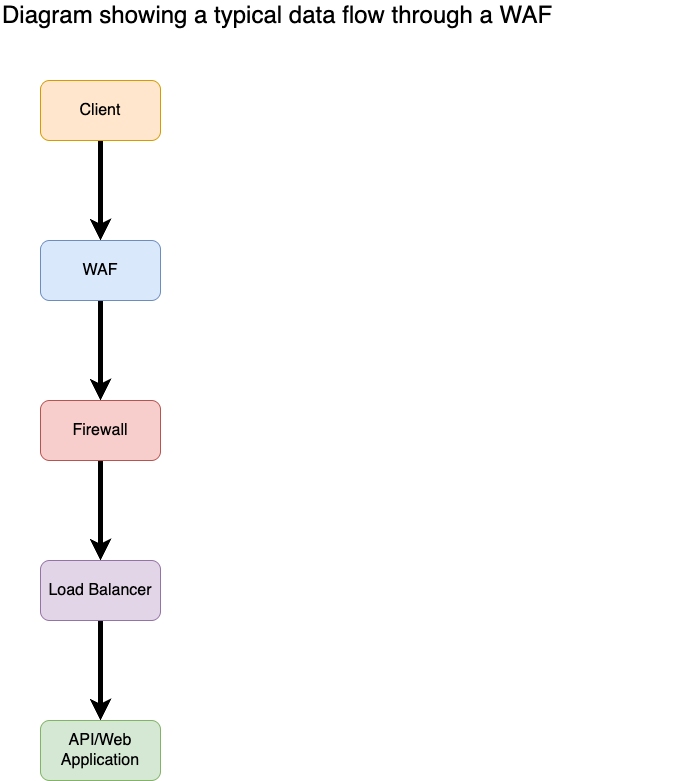
This is diagrams/00-troubleshooting-flow.png from blainekwilson/waf-troubleshooting-playbook, a draw.io export, as it was before one commit. Source tidied: cells renumbered, new cells last; positions are measured from the earlier drawing's top-left corner, leaving out a move shared by most shapes. Its diagram source:
```xml
<mxGraphModel background="#ffffff">
  <root>
    <mxCell id="0" />
    <mxCell id="1" parent="0" />
    <mxCell id="2" style="edgeStyle=none;html=1;fontSize=16;strokeWidth=5;" parent="1" edge="1" source="3" target="5">
      <mxGeometry relative="1" as="geometry" />
    </mxCell>
    <mxCell id="3" value="Client" style="rounded=1;whiteSpace=wrap;html=1;fillColor=#ffe6cc;strokeColor=#d79b00;fontSize=16;" parent="1" vertex="1">
      <mxGeometry x="40" y="80" width="120" height="60" as="geometry" />
    </mxCell>
    <mxCell id="4" style="edgeStyle=none;html=1;fontSize=16;strokeWidth=5;" parent="1" edge="1" source="5" target="7">
      <mxGeometry relative="1" as="geometry" />
    </mxCell>
    <mxCell id="5" value="WAF" style="rounded=1;whiteSpace=wrap;html=1;fillColor=#dae8fc;strokeColor=#6c8ebf;fontSize=16;" parent="1" vertex="1">
      <mxGeometry x="40" y="240" width="120" height="60" as="geometry" />
    </mxCell>
    <mxCell id="6" style="edgeStyle=none;html=1;fontSize=16;strokeWidth=5;" parent="1" edge="1" source="7" target="9">
      <mxGeometry relative="1" as="geometry" />
    </mxCell>
    <mxCell id="7" value="Firewall" style="rounded=1;whiteSpace=wrap;html=1;fillColor=#f8cecc;strokeColor=#b85450;fontSize=16;" parent="1" vertex="1">
      <mxGeometry x="40" y="400" width="120" height="60" as="geometry" />
    </mxCell>
    <mxCell id="8" style="edgeStyle=none;html=1;fontSize=16;strokeWidth=5;" parent="1" edge="1" source="9" target="10">
      <mxGeometry relative="1" as="geometry" />
    </mxCell>
    <mxCell id="9" value="Load Balancer" style="rounded=1;whiteSpace=wrap;html=1;fillColor=#e1d5e7;strokeColor=#9673a6;fontSize=16;" parent="1" vertex="1">
      <mxGeometry x="40" y="560" width="120" height="60" as="geometry" />
    </mxCell>
    <mxCell id="10" value="API/Web Application" style="rounded=1;whiteSpace=wrap;html=1;fillColor=#d5e8d4;strokeColor=#82b366;fontSize=16;" parent="1" vertex="1">
      <mxGeometry x="40" y="720" width="120" height="60" as="geometry" />
    </mxCell>
    <mxCell id="11" value="Diagram showing a typical data flow through a WAF" style="text;html=1;align=left;verticalAlign=middle;whiteSpace=wrap;rounded=0;fontSize=24;" parent="1" vertex="1">
      <mxGeometry width="680" height="30" as="geometry" />
    </mxCell>
  </root>
</mxGraphModel>
```
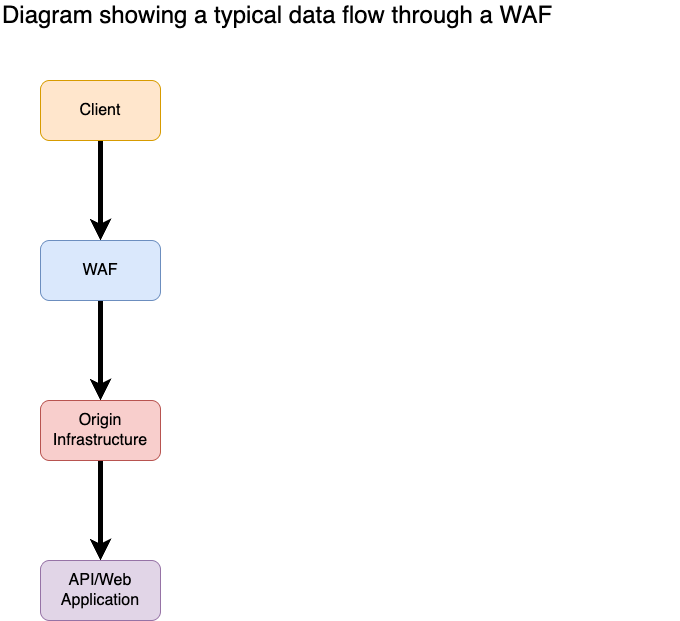
The same diagram one commit later.

Change to the diagram source:
```diff
@@ -17,18 +17,12 @@
     <mxCell id="6" style="edgeStyle=none;html=1;fontSize=16;strokeWidth=5;" parent="1" edge="1" source="7" target="9">
       <mxGeometry relative="1" as="geometry" />
     </mxCell>
-    <mxCell id="7" value="Firewall" style="rounded=1;whiteSpace=wrap;html=1;fillColor=#f8cecc;strokeColor=#b85450;fontSize=16;" parent="1" vertex="1">
+    <mxCell id="7" value="Origin Infrastructure" style="rounded=1;whiteSpace=wrap;html=1;fillColor=#f8cecc;strokeColor=#b85450;fontSize=16;" parent="1" vertex="1">
       <mxGeometry x="40" y="400" width="120" height="60" as="geometry" />
     </mxCell>
-    <mxCell id="8" style="edgeStyle=none;html=1;fontSize=16;strokeWidth=5;" parent="1" edge="1" source="9" target="10">
-      <mxGeometry relative="1" as="geometry" />
-    </mxCell>
-    <mxCell id="9" value="Load Balancer" style="rounded=1;whiteSpace=wrap;html=1;fillColor=#e1d5e7;strokeColor=#9673a6;fontSize=16;" parent="1" vertex="1">
+    <mxCell id="9" value="&lt;span style=&quot;color: rgb(0, 0, 0);&quot;&gt;API/Web Application&lt;/span&gt;" style="rounded=1;whiteSpace=wrap;html=1;fillColor=#e1d5e7;strokeColor=#9673a6;fontSize=16;" parent="1" vertex="1">
       <mxGeometry x="40" y="560" width="120" height="60" as="geometry" />
     </mxCell>
-    <mxCell id="10" value="API/Web Application" style="rounded=1;whiteSpace=wrap;html=1;fillColor=#d5e8d4;strokeColor=#82b366;fontSize=16;" parent="1" vertex="1">
-      <mxGeometry x="40" y="720" width="120" height="60" as="geometry" />
-    </mxCell>
     <mxCell id="11" value="Diagram showing a typical data flow through a WAF" style="text;html=1;align=left;verticalAlign=middle;whiteSpace=wrap;rounded=0;fontSize=24;" parent="1" vertex="1">
       <mxGeometry width="680" height="30" as="geometry" />
     </mxCell>
```
